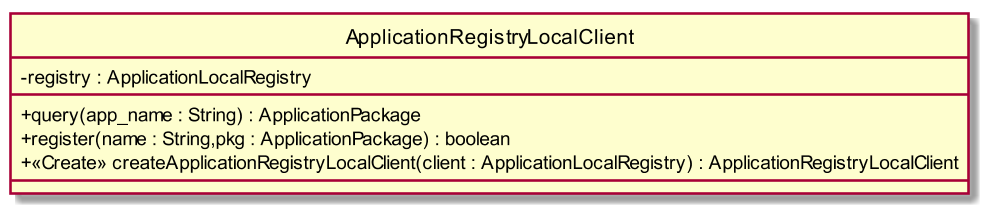
Before: RQ/Esterni/DefinizioneDiProdotto/images/ClassApplicationRegistryLocalClient.png, a diagram exported from PlantUML (CoCodeSWE/Docs). Source of this version:
```plantuml
@startuml
scale 1000*1000
skinparam classAttributeIconSize 0
class ApplicationRegistryLocalClient{
- registry : ApplicationLocalRegistry
__
+ query(app_name : String) : ApplicationPackage
+ register(name : String,pkg : ApplicationPackage) : boolean
+ <<Create>> createApplicationRegistryLocalClient(client : ApplicationLocalRegistry) : ApplicationRegistryLocalClient
__

}
hide circle
@enduml
```
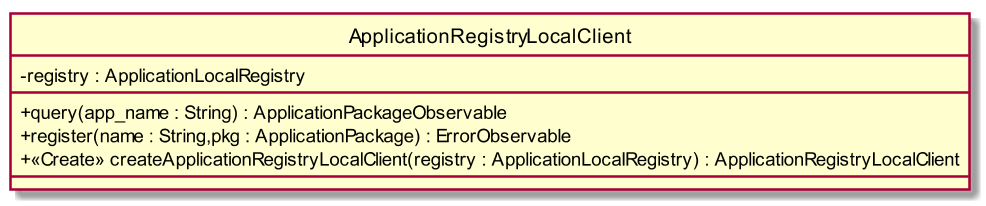
Later version of the same file.

Change to the diagram source:
```diff
@@ -4,9 +4,9 @@
 class ApplicationRegistryLocalClient{
 - registry : ApplicationLocalRegistry
 __
-+ query(app_name : String) : ApplicationPackage
-+ register(name : String,pkg : ApplicationPackage) : boolean
-+ <<Create>> createApplicationRegistryLocalClient(client : ApplicationLocalRegistry) : ApplicationRegistryLocalClient
++ query(app_name : String) : ApplicationPackageObservable
++ register(name : String,pkg : ApplicationPackage) : ErrorObservable
++ <<Create>> createApplicationRegistryLocalClient(registry : ApplicationLocalRegistry) : ApplicationRegistryLocalClient
 __
 
 }
```
